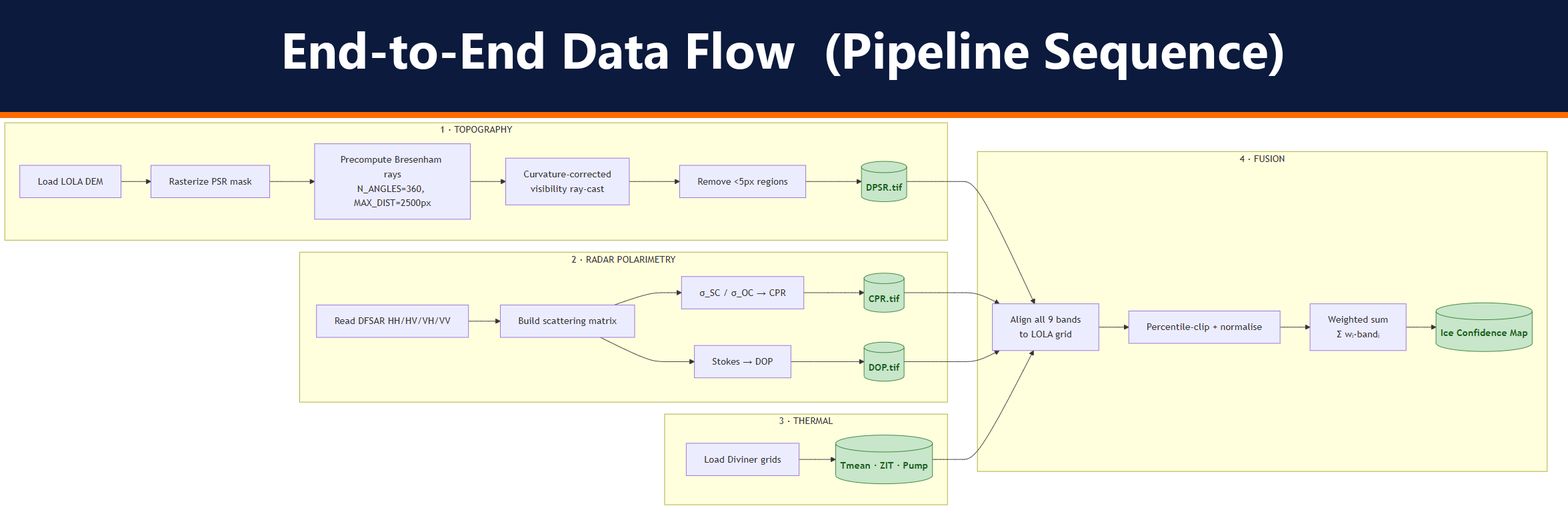
The Mermaid diagram wireframes_svg/2_data_flow.png in Navn2025/DPSR, before a commit. Its source is kept beside it as wireframes_svg/2_data_flow.mmd.
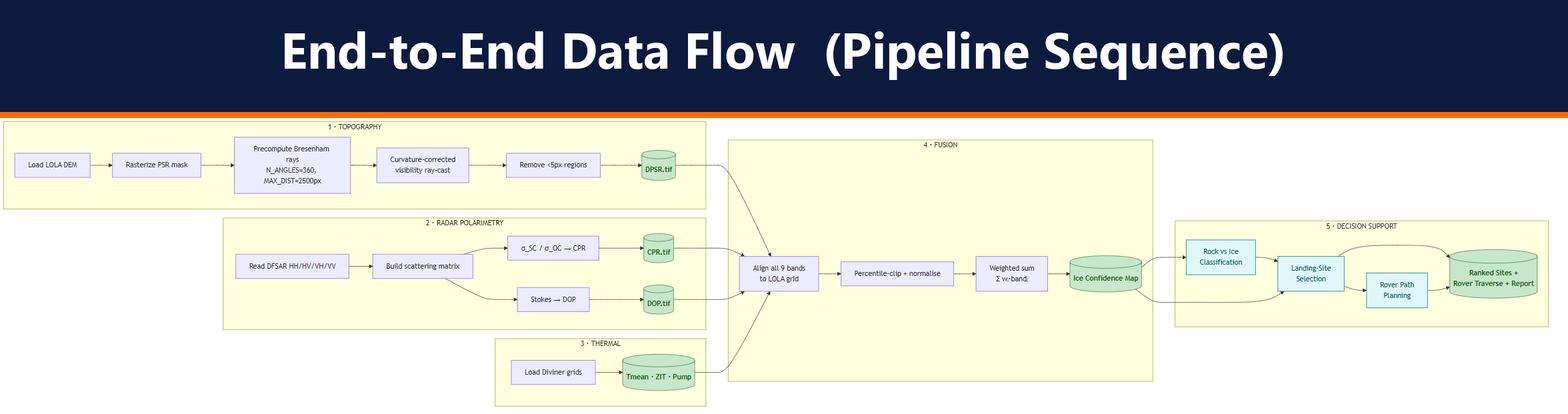
The same file after the commit.

The edit, as a diff of the source:
```diff
@@ -29,10 +29,26 @@
         F3 --> F4[("Ice Confidence Map")]
     end
 
+    subgraph S5["5 · DECISION SUPPORT"]
+        direction TB
+        A1["Rock vs Ice<br/>Classification"]
+        A2["Landing-Site<br/>Selection"]
+        A3["Rover Path<br/>Planning"]
+        A9[("Ranked Sites +<br/>Rover Traverse + Report")]
+        A1 --> A2
+        A2 --> A3
+        A2 --> A9
+        A3 --> A9
+    end
+
     T6 --> F1
     R5 --> F1
     R6 --> F1
     H2 --> F1
+    F4 --> A1
+    F4 --> A2
 
     classDef db fill:#c8e6c9,stroke:#2e7d32,color:#1b5e20,font-weight:bold;
-    class T6,R5,R6,H2,F4 db;
+    classDef app fill:#e0f7fa,stroke:#00838f,color:#006064;
+    class T6,R5,R6,H2,F4,A9 db;
+    class A1,A2,A3 app;
```
